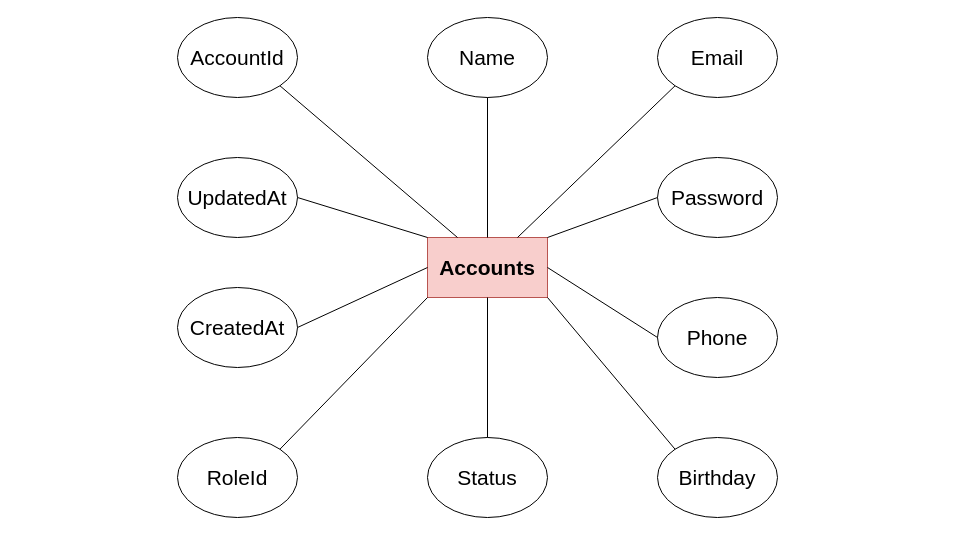
Earlier version of the draw.io diagram page "Account" (1 of 11) of Document/account.drawio (anhnmt/csharp-online-banking). Source tidied: cells renumbered, new cells numbered last; positions are measured from the earlier drawing's top-left corner, leaving out a move shared by most shapes. Both pictures are drawn from the tidied source at 100%, with x=0, y=0 at pixel (177, 17).
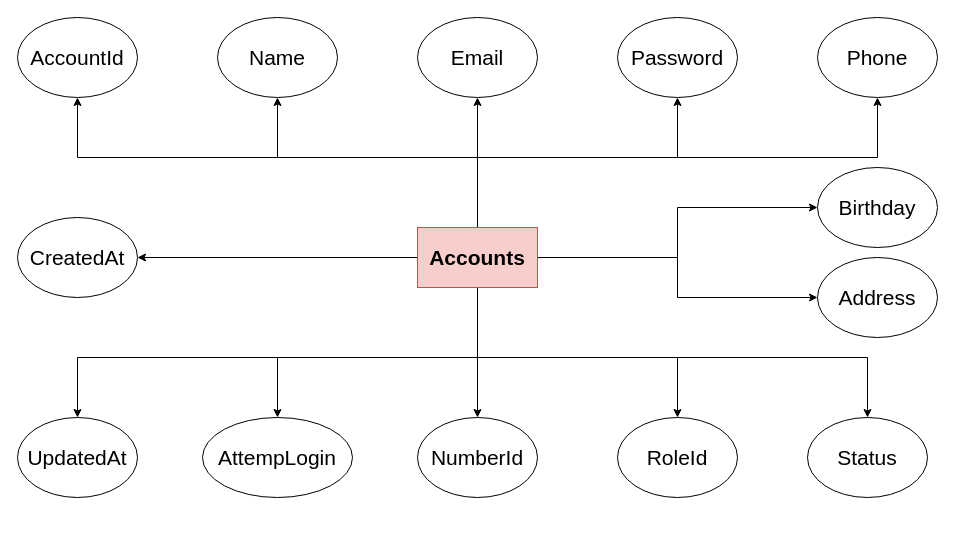
Above is the later version.

Diff of the diagram source:
```diff
@@
+    <mxCell id="23" style="edgeStyle=orthogonalEdgeStyle;rounded=0;jettySize=auto;html=1;entryX=0.5;entryY=1;entryDx=0;entryDy=0;" parent="1" edge="1" source="2" target="3">
+      <mxGeometry relative="1" as="geometry">
+        <Array as="points">
+          <mxPoint x="300" y="140" />
+          <mxPoint x="-100" y="140" />
+        </Array>
+      </mxGeometry>
+    </mxCell>
+    <mxCell id="24" style="edgeStyle=orthogonalEdgeStyle;rounded=0;jettySize=auto;html=1;entryX=0.5;entryY=1;entryDx=0;entryDy=0;" parent="1" edge="1" source="2" target="4">
+      <mxGeometry relative="1" as="geometry">
+        <Array as="points">
+          <mxPoint x="300" y="140" />
+          <mxPoint x="100" y="140" />
+        </Array>
+      </mxGeometry>
+    </mxCell>
+    <mxCell id="16" style="edgeStyle=orthogonalEdgeStyle;rounded=0;jettySize=auto;html=1;entryX=0.5;entryY=1;entryDx=0;entryDy=0;" parent="1" edge="1" source="2" target="5">
+      <mxGeometry relative="1" as="geometry" />
+    </mxCell>
+    <mxCell id="25" style="edgeStyle=orthogonalEdgeStyle;rounded=0;jettySize=auto;html=1;entryX=0.5;entryY=1;entryDx=0;entryDy=0;" parent="1" edge="1" source="2" target="6">
+      <mxGeometry relative="1" as="geometry">
+        <Array as="points">
+          <mxPoint x="300" y="140" />
+          <mxPoint x="500" y="140" />
+        </Array>
+      </mxGeometry>
+    </mxCell>
+    <mxCell id="18" style="edgeStyle=orthogonalEdgeStyle;rounded=0;jettySize=auto;html=1;entryX=0.5;entryY=1;entryDx=0;entryDy=0;" parent="1" edge="1" source="2" target="7">
+      <mxGeometry relative="1" as="geometry">
+        <Array as="points">
+          <mxPoint x="300" y="140" />
+          <mxPoint x="700" y="140" />
+        </Array>
+      </mxGeometry>
+    </mxCell>
+    <mxCell id="22" style="edgeStyle=orthogonalEdgeStyle;rounded=0;jettySize=auto;html=1;entryX=1;entryY=0.5;entryDx=0;entryDy=0;" parent="1" edge="1" source="2" target="11">
+      <mxGeometry relative="1" as="geometry" />
+    </mxCell>
+    <mxCell id="26" style="edgeStyle=orthogonalEdgeStyle;rounded=0;jettySize=auto;html=1;entryX=0;entryY=0.5;entryDx=0;entryDy=0;" parent="1" edge="1" source="2" target="30">
+      <mxGeometry relative="1" as="geometry" />
+    </mxCell>
+    <mxCell id="27" style="edgeStyle=orthogonalEdgeStyle;rounded=0;jettySize=auto;html=1;entryX=0.5;entryY=0;entryDx=0;entryDy=0;" parent="1" edge="1" source="2" target="31">
+      <mxGeometry relative="1" as="geometry" />
+    </mxCell>
+    <mxCell id="28" style="edgeStyle=orthogonalEdgeStyle;rounded=0;jettySize=auto;html=1;entryX=0.5;entryY=0;entryDx=0;entryDy=0;" parent="1" edge="1" source="2" target="10">
+      <mxGeometry relative="1" as="geometry">
+        <Array as="points">
+          <mxPoint x="300" y="340" />
+          <mxPoint x="-100" y="340" />
+        </Array>
+      </mxGeometry>
+    </mxCell>
+    <mxCell id="29" style="edgeStyle=orthogonalEdgeStyle;rounded=0;jettySize=auto;html=1;entryX=0.5;entryY=0;entryDx=0;entryDy=0;" parent="1" edge="1" source="2" target="32">
+      <mxGeometry relative="1" as="geometry">
+        <Array as="points">
+          <mxPoint x="300" y="340" />
+          <mxPoint x="100" y="340" />
+        </Array>
+      </mxGeometry>
+    </mxCell>
+    <mxCell id="21" style="edgeStyle=orthogonalEdgeStyle;rounded=0;jettySize=auto;html=1;entryX=0.5;entryY=0;entryDx=0;entryDy=0;" parent="1" edge="1" source="2" target="9">
+      <mxGeometry relative="1" as="geometry">
+        <Array as="points">
+          <mxPoint x="300" y="340" />
+          <mxPoint x="500" y="340" />
+        </Array>
+      </mxGeometry>
+    </mxCell>
+    <mxCell id="20" style="edgeStyle=orthogonalEdgeStyle;rounded=0;jettySize=auto;html=1;entryX=0.5;entryY=0;entryDx=0;entryDy=0;" parent="1" edge="1" source="2" target="12">
+      <mxGeometry relative="1" as="geometry">
+        <Array as="points">
+          <mxPoint x="300" y="340" />
+          <mxPoint x="690" y="340" />
+        </Array>
+      </mxGeometry>
+    </mxCell>
+    <mxCell id="19" style="edgeStyle=orthogonalEdgeStyle;rounded=0;jettySize=auto;html=1;entryX=0;entryY=0.5;entryDx=0;entryDy=0;" parent="1" edge="1" source="2" target="8">
+      <mxGeometry relative="1" as="geometry" />
+    </mxCell>
     <mxCell id="2" value="Accounts" style="rounded=0;whiteSpace=wrap;html=1;fontSize=21;fontStyle=1;fillColor=#f8cecc;strokeColor=#b85450;" parent="1" vertex="1">
-      <mxGeometry x="250" y="220" width="120" height="60" as="geometry" />
+      <mxGeometry x="240" y="210" width="120" height="60" as="geometry" />
     </mxCell>
     <mxCell id="3" value="AccountId" style="ellipse;whiteSpace=wrap;html=1;fontSize=21;" parent="1" vertex="1">
-      <mxGeometry width="120" height="80" as="geometry" />
+      <mxGeometry x="-160" width="120" height="80" as="geometry" />
     </mxCell>
     <mxCell id="4" value="Name" style="ellipse;whiteSpace=wrap;html=1;fontSize=21;" parent="1" vertex="1">
-      <mxGeometry x="250" width="120" height="80" as="geometry" />
+      <mxGeometry x="40" width="120" height="80" as="geometry" />
     </mxCell>
     <mxCell id="5" value="Email" style="ellipse;whiteSpace=wrap;html=1;fontSize=21;" parent="1" vertex="1">
-      <mxGeometry x="480" width="120" height="80" as="geometry" />
+      <mxGeometry x="240" width="120" height="80" as="geometry" />
     </mxCell>
     <mxCell id="6" value="Password" style="ellipse;whiteSpace=wrap;html=1;fontSize=21;" parent="1" vertex="1">
-      <mxGeometry x="480" y="140" width="120" height="80" as="geometry" />
+      <mxGeometry x="440" width="120" height="80" as="geometry" />
     </mxCell>
     <mxCell id="7" value="Phone" style="ellipse;whiteSpace=wrap;html=1;fontSize=21;" parent="1" vertex="1">
-      <mxGeometry x="480" y="280" width="120" height="80" as="geometry" />
+      <mxGeometry x="640" width="120" height="80" as="geometry" />
     </mxCell>
     <mxCell id="8" value="Birthday" style="ellipse;whiteSpace=wrap;html=1;fontSize=21;" parent="1" vertex="1">
-      <mxGeometry x="480" y="420" width="120" height="80" as="geometry" />
+      <mxGeometry x="640" y="150" width="120" height="80" as="geometry" />
     </mxCell>
     <mxCell id="9" value="RoleId" style="ellipse;whiteSpace=wrap;html=1;fontSize=21;" parent="1" vertex="1">
-      <mxGeometry y="420" width="120" height="80" as="geometry" />
+      <mxGeometry x="440" y="400" width="120" height="80" as="geometry" />
     </mxCell>
     <mxCell id="10" value="UpdatedAt" style="ellipse;whiteSpace=wrap;html=1;fontSize=21;" parent="1" vertex="1">
-      <mxGeometry y="140" width="120" height="80" as="geometry" />
+      <mxGeometry x="-160" y="400" width="120" height="80" as="geometry" />
     </mxCell>
     <mxCell id="11" value="CreatedAt" style="ellipse;whiteSpace=wrap;html=1;fontSize=21;" parent="1" vertex="1">
-      <mxGeometry y="270" width="120" height="80" as="geometry" />
+      <mxGeometry x="-160" y="200" width="120" height="80" as="geometry" />
     </mxCell>
     <mxCell id="12" value="Status" style="ellipse;whiteSpace=wrap;html=1;fontSize=21;" parent="1" vertex="1">
-      <mxGeometry x="250" y="420" width="120" height="80" as="geometry" />
+      <mxGeometry x="630" y="400" width="120" height="80" as="geometry" />
     </mxCell>
-    <mxCell id="13" style="endArrow=none;html=1;fontSize=21;exitX=1;exitY=0.5;exitDx=0;exitDy=0;entryX=0;entryY=0;entryDx=0;entryDy=0;" parent="1" edge="1" source="10" target="2">
-      <mxGeometry relative="1" as="geometry" />
-    </mxCell>
-    <mxCell id="14" style="endArrow=none;html=1;fontSize=21;exitX=1;exitY=1;exitDx=0;exitDy=0;" parent="1" edge="1" source="3">
-      <mxGeometry relative="1" as="geometry">
-        <mxPoint x="280" y="220" as="targetPoint" />
-      </mxGeometry>
-    </mxCell>
-    <mxCell id="15" style="endArrow=none;html=1;fontSize=21;entryX=0.5;entryY=0;entryDx=0;entryDy=0;" parent="1" edge="1" source="4" target="2">
-      <mxGeometry relative="1" as="geometry" />
-    </mxCell>
-    <mxCell id="16" style="endArrow=none;html=1;fontSize=21;exitX=0.75;exitY=0;exitDx=0;exitDy=0;entryX=0;entryY=1;entryDx=0;entryDy=0;" parent="1" edge="1" source="2" target="5">
-      <mxGeometry relative="1" as="geometry" />
-    </mxCell>
-    <mxCell id="17" style="endArrow=none;html=1;fontSize=21;exitX=0;exitY=0.5;exitDx=0;exitDy=0;entryX=1;entryY=0;entryDx=0;entryDy=0;" parent="1" edge="1" source="6" target="2">
-      <mxGeometry relative="1" as="geometry" />
-    </mxCell>
-    <mxCell id="18" style="endArrow=none;html=1;fontSize=21;exitX=1;exitY=0.5;exitDx=0;exitDy=0;entryX=0;entryY=0.5;entryDx=0;entryDy=0;" parent="1" edge="1" source="2" target="7">
-      <mxGeometry relative="1" as="geometry" />
-    </mxCell>
-    <mxCell id="19" style="endArrow=none;html=1;fontSize=21;exitX=1;exitY=1;exitDx=0;exitDy=0;entryX=0;entryY=0;entryDx=0;entryDy=0;" parent="1" edge="1" source="2" target="8">
-      <mxGeometry relative="1" as="geometry" />
-    </mxCell>
-    <mxCell id="20" style="endArrow=none;html=1;fontSize=21;exitX=0.5;exitY=1;exitDx=0;exitDy=0;entryX=0.5;entryY=0;entryDx=0;entryDy=0;" parent="1" edge="1" source="2" target="12">
-      <mxGeometry relative="1" as="geometry" />
-    </mxCell>
-    <mxCell id="21" style="endArrow=none;html=1;fontSize=21;exitX=0;exitY=1;exitDx=0;exitDy=0;entryX=1;entryY=0;entryDx=0;entryDy=0;" parent="1" edge="1" source="2" target="9">
-      <mxGeometry relative="1" as="geometry" />
-    </mxCell>
-    <mxCell id="22" style="endArrow=none;html=1;fontSize=21;exitX=0;exitY=0.5;exitDx=0;exitDy=0;entryX=1;entryY=0.5;entryDx=0;entryDy=0;" parent="1" edge="1" source="2" target="11">
-      <mxGeometry relative="1" as="geometry" />
-    </mxCell>
+    <mxCell id="30" value="Address" style="ellipse;whiteSpace=wrap;html=1;fontSize=21;" parent="1" vertex="1">
+      <mxGeometry x="640" y="240" width="120" height="80" as="geometry" />
+    </mxCell>
+    <mxCell id="31" value="NumberId" style="ellipse;whiteSpace=wrap;html=1;fontSize=21;" parent="1" vertex="1">
+      <mxGeometry x="240" y="400" width="120" height="80" as="geometry" />
+    </mxCell>
+    <mxCell id="32" value="AttempLogin" style="ellipse;whiteSpace=wrap;html=1;fontSize=21;" parent="1" vertex="1">
+      <mxGeometry x="25" y="400" width="150" height="80" as="geometry" />
+    </mxCell>
```
